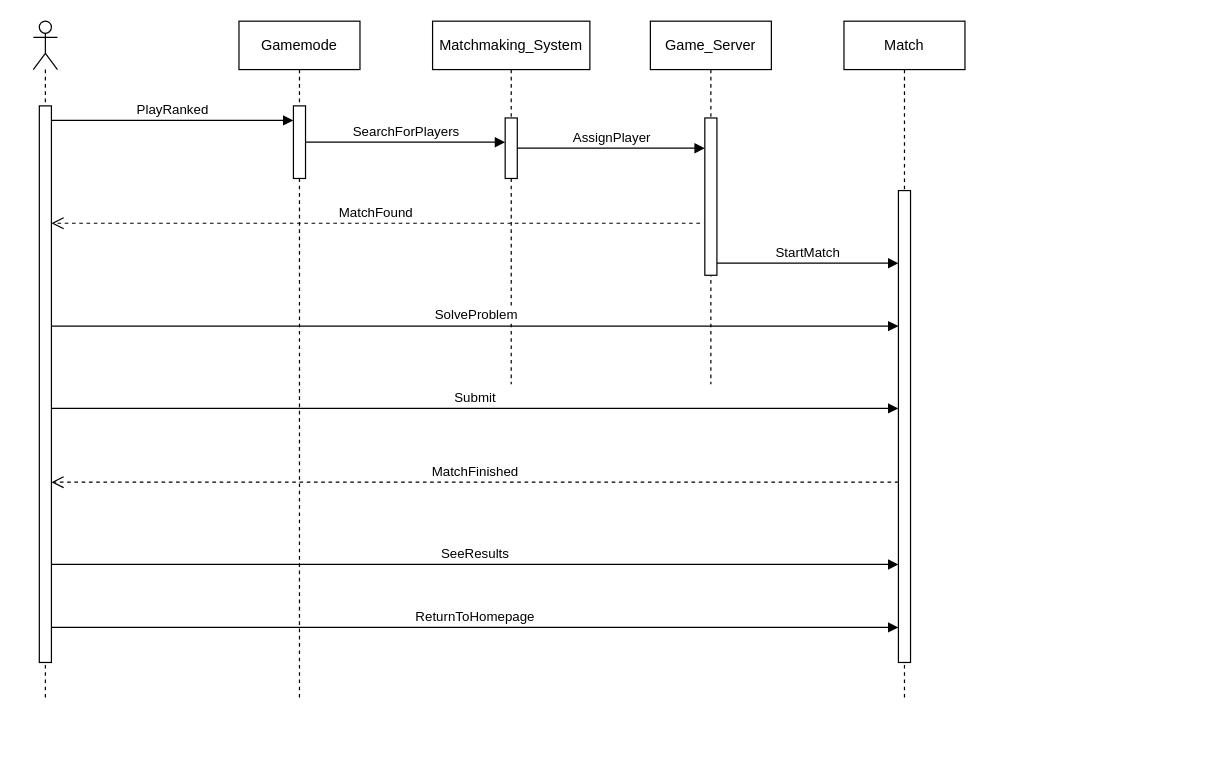
MarwaMubarak/Groofy-Code keeps this draw.io diagram as Documentation/sequance/Play Ranked Draw.drawio. Above is the earlier version. Source tidied: cells renumbered, new cells numbered last; positions are measured from the earlier drawing's top-left corner, leaving out a move shared by most shapes. Both pictures are drawn from the tidied source at 121%, with x=0, y=0 at pixel (33, 21).
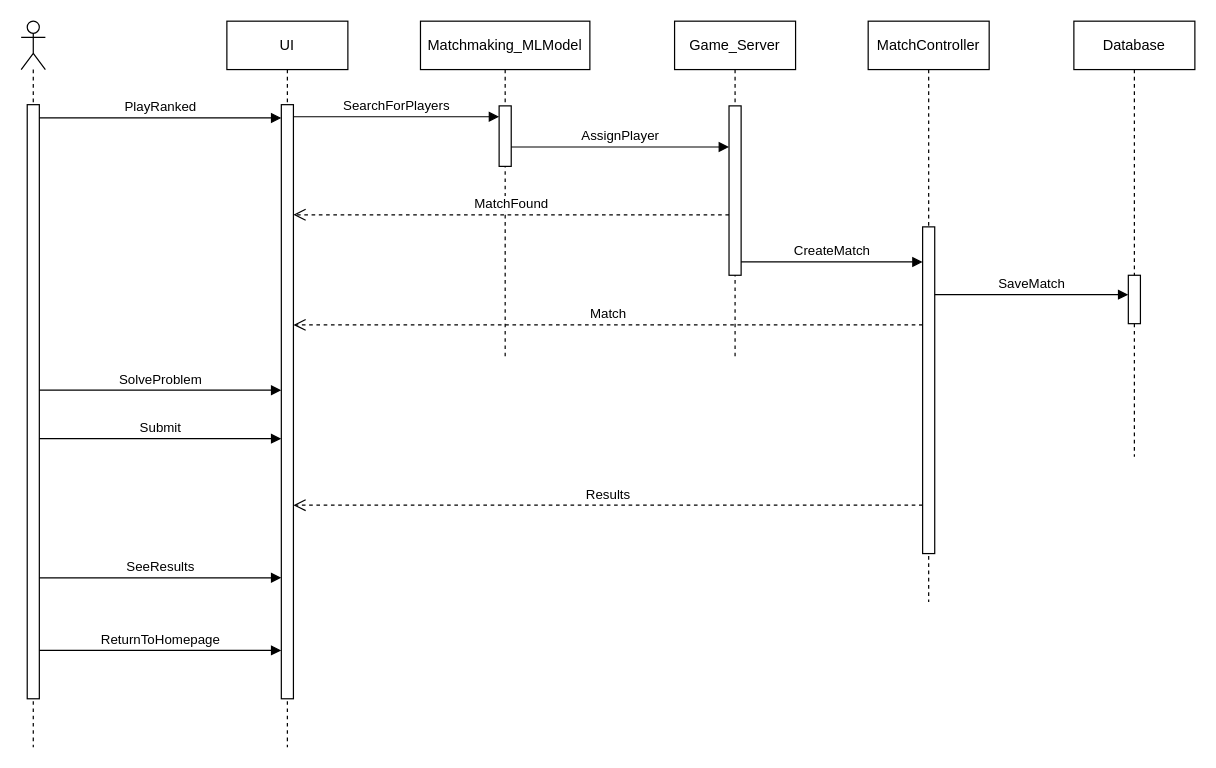
After the change.

Commit message (it also covers changes not shown here):
Modified play ranked sequence diagram

The edit, as a diff of the source:
```diff
@@
     <mxCell id="2" style="shape=umlLifeline;perimeter=lifelinePerimeter;whiteSpace=wrap;html=1;newEdgeStyle={&quot;curved&quot;:0,&quot;rounded&quot;:0};participant=umlActor;" parent="1" vertex="1">
-      <mxGeometry width="20" height="560" as="geometry" />
+      <mxGeometry x="-10" width="20" height="600" as="geometry" />
     </mxCell>
     <mxCell id="3" style="html=1;points=[[0,0,0,0,5],[0,1,0,0,-5],[1,0,0,0,5],[1,1,0,0,-5]];perimeter=orthogonalPerimeter;outlineConnect=0;targetShapes=umlLifeline;portConstraint=eastwest;newEdgeStyle={&quot;curved&quot;:0,&quot;rounded&quot;:0};" parent="2" vertex="1">
-      <mxGeometry x="5" y="70" width="10" height="460" as="geometry" />
+      <mxGeometry x="5" y="69" width="10" height="491" as="geometry" />
     </mxCell>
-    <mxCell id="4" value="Gamemode" style="shape=umlLifeline;perimeter=lifelinePerimeter;whiteSpace=wrap;html=1;newEdgeStyle={&quot;curved&quot;:0,&quot;rounded&quot;:0};" parent="1" vertex="1">
-      <mxGeometry x="170" width="100" height="560" as="geometry" />
-    </mxCell>
-    <mxCell id="5" style="html=1;points=[[0,0,0,0,5],[0,1,0,0,-5],[1,0,0,0,5],[1,1,0,0,-5]];perimeter=orthogonalPerimeter;outlineConnect=0;targetShapes=umlLifeline;portConstraint=eastwest;newEdgeStyle={&quot;curved&quot;:0,&quot;rounded&quot;:0};" parent="4" vertex="1">
-      <mxGeometry x="45" y="70" width="10" height="60" as="geometry" />
-    </mxCell>
     <mxCell id="6" value="PlayRanked" style="html=1;verticalAlign=bottom;endArrow=block;curved=0;rounded=0;" parent="1" edge="1">
       <mxGeometry relative="1" as="geometry">
-        <mxPoint x="15" y="82" as="sourcePoint" />
-        <mxPoint x="215" y="82" as="targetPoint" />
+        <mxPoint x="5" y="80" as="sourcePoint" />
+        <mxPoint x="205" y="80" as="targetPoint" />
       </mxGeometry>
     </mxCell>
-    <mxCell id="7" value="Matchmaking_System" style="shape=umlLifeline;perimeter=lifelinePerimeter;whiteSpace=wrap;html=1;newEdgeStyle={&quot;curved&quot;:0,&quot;rounded&quot;:0};" parent="1" vertex="1">
-      <mxGeometry x="330" width="130" height="300" as="geometry" />
+    <mxCell id="7" value="Matchmaking_MLModel" style="shape=umlLifeline;perimeter=lifelinePerimeter;whiteSpace=wrap;html=1;newEdgeStyle={&quot;curved&quot;:0,&quot;rounded&quot;:0};" parent="1" vertex="1">
+      <mxGeometry x="320" width="140" height="280" as="geometry" />
     </mxCell>
     <mxCell id="8" style="html=1;points=[[0,0,0,0,5],[0,1,0,0,-5],[1,0,0,0,5],[1,1,0,0,-5]];perimeter=orthogonalPerimeter;outlineConnect=0;targetShapes=umlLifeline;portConstraint=eastwest;newEdgeStyle={&quot;curved&quot;:0,&quot;rounded&quot;:0};" parent="7" vertex="1">
-      <mxGeometry x="60" y="80" width="10" height="50" as="geometry" />
+      <mxGeometry x="65" y="70" width="10" height="50" as="geometry" />
     </mxCell>
-    <mxCell id="9" value="SearchForPlayers" style="html=1;verticalAlign=bottom;endArrow=block;curved=0;rounded=0;" parent="1" edge="1" source="5" target="8">
-      <mxGeometry relative="1" as="geometry" />
+    <mxCell id="9" value="SearchForPlayers" style="html=1;verticalAlign=bottom;endArrow=block;curved=0;rounded=0;" parent="1" edge="1" target="8">
+      <mxGeometry relative="1" as="geometry">
+        <mxPoint x="215" y="79" as="sourcePoint" />
+      </mxGeometry>
     </mxCell>
     <mxCell id="10" value="Game_Server" style="shape=umlLifeline;perimeter=lifelinePerimeter;whiteSpace=wrap;html=1;newEdgeStyle={&quot;curved&quot;:0,&quot;rounded&quot;:0};" parent="1" vertex="1">
-      <mxGeometry x="510" width="100" height="300" as="geometry" />
+      <mxGeometry x="530" width="100" height="280" as="geometry" />
     </mxCell>
     <mxCell id="11" style="html=1;points=[[0,0,0,0,5],[0,1,0,0,-5],[1,0,0,0,5],[1,1,0,0,-5]];perimeter=orthogonalPerimeter;outlineConnect=0;targetShapes=umlLifeline;portConstraint=eastwest;newEdgeStyle={&quot;curved&quot;:0,&quot;rounded&quot;:0};" parent="10" vertex="1">
-      <mxGeometry x="45" y="80" width="10" height="130" as="geometry" />
+      <mxGeometry x="45" y="70" width="10" height="140" as="geometry" />
     </mxCell>
-    <mxCell id="12" value="AssignPlayer" style="html=1;verticalAlign=bottom;endArrow=block;curved=0;rounded=0;" parent="1" edge="1" source="8" target="11">
-      <mxGeometry relative="1" as="geometry" />
+    <mxCell id="12" value="AssignPlayer" style="html=1;verticalAlign=bottom;endArrow=block;curved=0;rounded=0;" parent="1" edge="1">
+      <mxGeometry relative="1" as="geometry">
+        <mxPoint x="395" y="104" as="sourcePoint" />
+        <mxPoint x="575" y="104" as="targetPoint" />
+      </mxGeometry>
     </mxCell>
-    <mxCell id="13" value="MatchFound" style="html=1;verticalAlign=bottom;endArrow=open;dashed=1;endSize=8;curved=0;rounded=0;" parent="1" edge="1" target="3">
+    <mxCell id="13" value="MatchFound" style="html=1;verticalAlign=bottom;endArrow=open;dashed=1;endSize=8;curved=0;rounded=0;" parent="1" edge="1">
       <mxGeometry relative="1" as="geometry">
-        <mxPoint x="551" y="167" as="sourcePoint" />
+        <mxPoint x="575" y="160" as="sourcePoint" />
+        <mxPoint x="215" y="160" as="targetPoint" />
       </mxGeometry>
     </mxCell>
-    <mxCell id="14" value="Match" style="shape=umlLifeline;perimeter=lifelinePerimeter;whiteSpace=wrap;html=1;newEdgeStyle={&quot;curved&quot;:0,&quot;rounded&quot;:0};" parent="1" vertex="1">
-      <mxGeometry x="670" width="100" height="560" as="geometry" />
+    <mxCell id="14" value="MatchController" style="shape=umlLifeline;perimeter=lifelinePerimeter;whiteSpace=wrap;html=1;newEdgeStyle={&quot;curved&quot;:0,&quot;rounded&quot;:0};" parent="1" vertex="1">
+      <mxGeometry x="690" width="100" height="480" as="geometry" />
     </mxCell>
     <mxCell id="15" style="html=1;points=[[0,0,0,0,5],[0,1,0,0,-5],[1,0,0,0,5],[1,1,0,0,-5]];perimeter=orthogonalPerimeter;outlineConnect=0;targetShapes=umlLifeline;portConstraint=eastwest;newEdgeStyle={&quot;curved&quot;:0,&quot;rounded&quot;:0};" parent="14" vertex="1">
-      <mxGeometry x="45" y="140" width="10" height="390" as="geometry" />
+      <mxGeometry x="45" y="170" width="10" height="270" as="geometry" />
     </mxCell>
-    <mxCell id="16" value="StartMatch" style="html=1;verticalAlign=bottom;endArrow=block;curved=0;rounded=0;" parent="1" edge="1" target="15">
+    <mxCell id="16" value="CreateMatch" style="html=1;verticalAlign=bottom;endArrow=block;curved=0;rounded=0;" parent="1" edge="1">
       <mxGeometry relative="1" as="geometry">
-        <mxPoint x="565" y="200" as="sourcePoint" />
+        <mxPoint x="585" y="199" as="sourcePoint" />
+        <mxPoint x="735" y="199" as="targetPoint" />
       </mxGeometry>
     </mxCell>
     <mxCell id="17" value="SolveProblem" style="html=1;verticalAlign=bottom;endArrow=block;curved=0;rounded=0;" parent="1" edge="1">
       <mxGeometry relative="1" as="geometry">
-        <mxPoint x="15.5" y="252" as="sourcePoint" />
-        <mxPoint x="715" y="252" as="targetPoint" />
+        <mxPoint x="5" y="305" as="sourcePoint" />
+        <mxPoint x="205" y="305" as="targetPoint" />
       </mxGeometry>
     </mxCell>
     <mxCell id="18" value="Submit" style="html=1;verticalAlign=bottom;endArrow=block;curved=0;rounded=0;" parent="1" edge="1">
       <mxGeometry relative="1" as="geometry">
-        <mxPoint x="15" y="320" as="sourcePoint" />
-        <mxPoint x="715" y="320" as="targetPoint" />
+        <mxPoint x="5" y="345" as="sourcePoint" />
+        <mxPoint x="205" y="345" as="targetPoint" />
       </mxGeometry>
     </mxCell>
-    <mxCell id="19" value="MatchFinished" style="html=1;verticalAlign=bottom;endArrow=open;dashed=1;endSize=8;curved=0;rounded=0;" parent="1" edge="1">
+    <mxCell id="19" value="Results" style="html=1;verticalAlign=bottom;endArrow=open;dashed=1;endSize=8;curved=0;rounded=0;" parent="1" edge="1">
       <mxGeometry relative="1" as="geometry">
-        <mxPoint x="715" y="381" as="sourcePoint" />
-        <mxPoint x="15" y="381" as="targetPoint" />
+        <mxPoint x="735" y="400" as="sourcePoint" />
+        <mxPoint x="215" y="400" as="targetPoint" />
       </mxGeometry>
     </mxCell>
     <mxCell id="20" value="SeeResults" style="html=1;verticalAlign=bottom;endArrow=block;curved=0;rounded=0;" parent="1" edge="1">
       <mxGeometry relative="1" as="geometry">
-        <mxPoint x="15" y="449" as="sourcePoint" />
-        <mxPoint x="715" y="449" as="targetPoint" />
+        <mxPoint x="5" y="460" as="sourcePoint" />
+        <mxPoint x="205" y="460" as="targetPoint" />
       </mxGeometry>
     </mxCell>
     <mxCell id="21" value="ReturnToHomepage" style="html=1;verticalAlign=bottom;endArrow=block;curved=0;rounded=0;" parent="1" edge="1">
       <mxGeometry relative="1" as="geometry">
-        <mxPoint x="15" y="501" as="sourcePoint" />
-        <mxPoint x="715" y="501" as="targetPoint" />
+        <mxPoint x="5" y="520" as="sourcePoint" />
+        <mxPoint x="205" y="520" as="targetPoint" />
       </mxGeometry>
     </mxCell>
+    <mxCell id="22" value="UI" style="shape=umlLifeline;perimeter=lifelinePerimeter;whiteSpace=wrap;html=1;newEdgeStyle={&quot;curved&quot;:0,&quot;rounded&quot;:0};" parent="1" vertex="1">
+      <mxGeometry x="160" width="100" height="600" as="geometry" />
+    </mxCell>
+    <mxCell id="23" style="html=1;perimeter=orthogonalPerimeter;targetShapes=umlLifeline;newEdgeStyle={&quot;curved&quot;:0,&quot;rounded&quot;:0};" parent="22" vertex="1">
+      <mxGeometry x="45" y="69" width="10" height="491" as="geometry" />
+    </mxCell>
+    <mxCell id="24" value="Match" style="html=1;verticalAlign=bottom;endArrow=open;dashed=1;endSize=8;curved=0;rounded=0;" parent="1" edge="1">
+      <mxGeometry relative="1" as="geometry">
+        <mxPoint x="735" y="251" as="sourcePoint" />
+        <mxPoint x="215" y="251" as="targetPoint" />
+      </mxGeometry>
+    </mxCell>
+    <mxCell id="25" value="Database" style="shape=umlLifeline;perimeter=lifelinePerimeter;whiteSpace=wrap;html=1;newEdgeStyle={&quot;curved&quot;:0,&quot;rounded&quot;:0};" parent="1" vertex="1">
+      <mxGeometry x="860" width="100" height="360" as="geometry" />
+    </mxCell>
+    <mxCell id="26" style="html=1;perimeter=orthogonalPerimeter;targetShapes=umlLifeline;newEdgeStyle={&quot;curved&quot;:0,&quot;rounded&quot;:0};" parent="25" vertex="1">
+      <mxGeometry x="45" y="210" width="10" height="40" as="geometry" />
+    </mxCell>
+    <mxCell id="27" value="SaveMatch" style="html=1;verticalAlign=bottom;endArrow=block;curved=0;rounded=0;" parent="1" edge="1">
+      <mxGeometry relative="1" as="geometry">
+        <mxPoint x="745" y="226" as="sourcePoint" />
+        <mxPoint x="905" y="226" as="targetPoint" />
+      </mxGeometry>
+    </mxCell>
```
